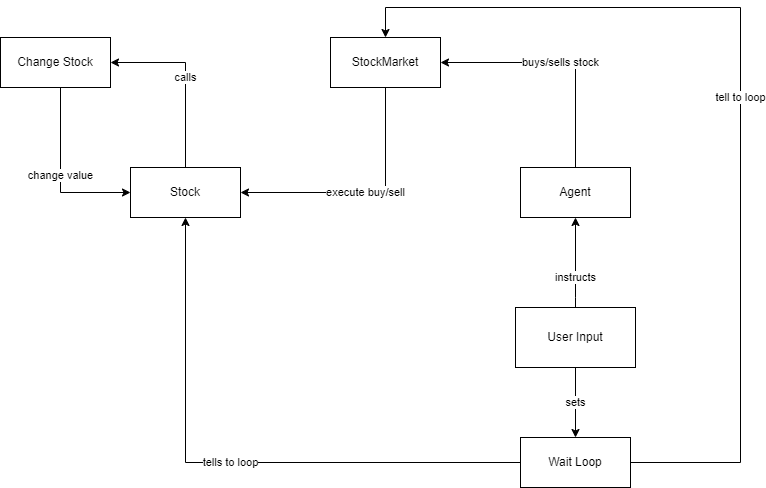
Before: final_project/documentation/system_block_diagram.png, a diagram exported from draw.io (zl8244/StockMarketSim). Source tidied: cells renumbered, new cells last; positions are measured from the earlier drawing's top-left corner, leaving out a move shared by most shapes.
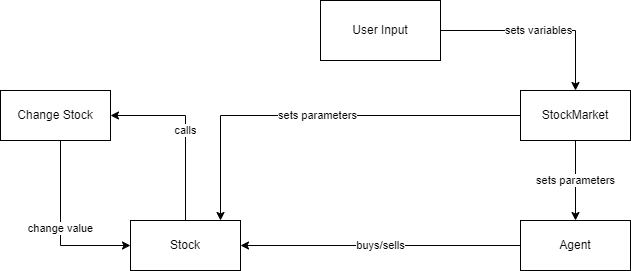
After the change.

Commit message:
changed system block diagram

Diff of the diagram source:
```diff
@@ -2,15 +2,18 @@
   <root>
     <mxCell id="0" />
     <mxCell id="1" parent="0" />
+    <mxCell id="16" value="sets parameters" style="edgeStyle=orthogonalEdgeStyle;rounded=0;jettySize=auto;html=1;" parent="1" edge="1" source="3" target="7">
+      <mxGeometry relative="1" as="geometry" />
+    </mxCell>
-    <mxCell id="2" value="execute buy/sell" style="edgeStyle=orthogonalEdgeStyle;rounded=0;jettySize=auto;html=1;" parent="1" edge="1" source="3" target="5">
+    <mxCell id="2" value="sets parameters" style="edgeStyle=orthogonalEdgeStyle;rounded=0;jettySize=auto;html=1;" parent="1" edge="1" source="3" target="5">
       <mxGeometry relative="1" as="geometry">
         <Array as="points">
-          <mxPoint x="385" y="185" />
+          <mxPoint x="220" y="55" />
         </Array>
       </mxGeometry>
     </mxCell>
     <mxCell id="3" value="StockMarket" style="html=1;whiteSpace=wrap;" parent="1" vertex="1">
-      <mxGeometry x="330" y="30" width="110" height="50" as="geometry" />
+      <mxGeometry x="520" y="30" width="110" height="50" as="geometry" />
     </mxCell>
     <mxCell id="4" value="calls" style="edgeStyle=orthogonalEdgeStyle;rounded=0;jettySize=auto;html=1;" parent="1" edge="1" source="5" target="14">
       <mxGeometry relative="1" as="geometry">
@@ -22,46 +25,12 @@
     <mxCell id="5" value="Stock" style="html=1;whiteSpace=wrap;" parent="1" vertex="1">
       <mxGeometry x="130" y="160" width="110" height="50" as="geometry" />
     </mxCell>
-    <mxCell id="6" value="buys/sells stock" style="edgeStyle=orthogonalEdgeStyle;rounded=0;jettySize=auto;html=1;" parent="1" edge="1" source="7" target="3">
-      <mxGeometry relative="1" as="geometry">
-        <Array as="points">
-          <mxPoint x="575" y="55" />
-        </Array>
-      </mxGeometry>
-    </mxCell>
+    <mxCell id="17" value="buys/sells" style="edgeStyle=orthogonalEdgeStyle;rounded=0;jettySize=auto;html=1;" parent="1" edge="1" source="7" target="5">
+      <mxGeometry relative="1" as="geometry" />
+    </mxCell>
     <mxCell id="7" value="Agent" style="html=1;whiteSpace=wrap;" parent="1" vertex="1">
       <mxGeometry x="520" y="160" width="110" height="50" as="geometry" />
     </mxCell>
-    <mxCell id="8" value="instructs" style="edgeStyle=orthogonalEdgeStyle;rounded=0;jettySize=auto;html=1;" parent="1" edge="1" source="15" target="7">
-      <mxGeometry x="-0.32" relative="1" as="geometry">
-        <Array as="points">
-          <mxPoint x="575" y="290" />
-          <mxPoint x="575" y="290" />
-        </Array>
-      </mxGeometry>
-    </mxCell>
-    <mxCell id="9" value="sets" style="edgeStyle=orthogonalEdgeStyle;rounded=0;jettySize=auto;html=1;" parent="1" edge="1" source="15" target="12">
-      <mxGeometry relative="1" as="geometry" />
-    </mxCell>
-    <mxCell id="10" value="tell to loop" style="edgeStyle=orthogonalEdgeStyle;rounded=0;jettySize=auto;html=1;" parent="1" edge="1" source="12" target="3">
-      <mxGeometry relative="1" as="geometry">
-        <Array as="points">
-          <mxPoint x="740" y="455" />
-          <mxPoint x="740" />
-          <mxPoint x="385" />
-        </Array>
-      </mxGeometry>
-    </mxCell>
-    <mxCell id="11" value="tells to loop" style="edgeStyle=orthogonalEdgeStyle;rounded=0;jettySize=auto;html=1;" parent="1" edge="1" source="12" target="5">
-      <mxGeometry relative="1" as="geometry">
-        <Array as="points">
-          <mxPoint x="185" y="455" />
-        </Array>
-      </mxGeometry>
-    </mxCell>
-    <mxCell id="12" value="Wait Loop" style="html=1;whiteSpace=wrap;" parent="1" vertex="1">
-      <mxGeometry x="520" y="430" width="110" height="50" as="geometry" />
-    </mxCell>
     <mxCell id="13" value="change value" style="edgeStyle=orthogonalEdgeStyle;rounded=0;jettySize=auto;html=1;" parent="1" edge="1" source="14" target="5">
       <mxGeometry relative="1" as="geometry">
         <Array as="points">
@@ -73,8 +42,11 @@
     <mxCell id="14" value="Change Stock" style="html=1;whiteSpace=wrap;" parent="1" vertex="1">
       <mxGeometry y="30" width="110" height="50" as="geometry" />
     </mxCell>
+    <mxCell id="18" value="sets variables" style="edgeStyle=orthogonalEdgeStyle;rounded=0;jettySize=auto;html=1;" parent="1" edge="1" source="15" target="3">
+      <mxGeometry relative="1" as="geometry" />
+    </mxCell>
     <mxCell id="15" value="User Input" style="rounded=0;whiteSpace=wrap;html=1;" parent="1" vertex="1">
-      <mxGeometry x="515" y="300" width="120" height="60" as="geometry" />
+      <mxGeometry x="320" y="-60" width="120" height="60" as="geometry" />
     </mxCell>
   </root>
 </mxGraphModel>
```
